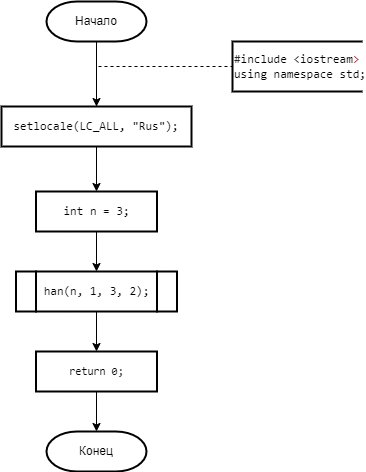
Above: 2 Семестр/Labs/3 Лаба(Ханойские башни)/Ханойские башни.png in IlyaFedoseev227/LABS-PNRPU-IVT-22-1b (draw.io), before the change. Source tidied: cells renumbered, new cells last; positions are measured from the earlier drawing's top-left corner, leaving out a move shared by most shapes.
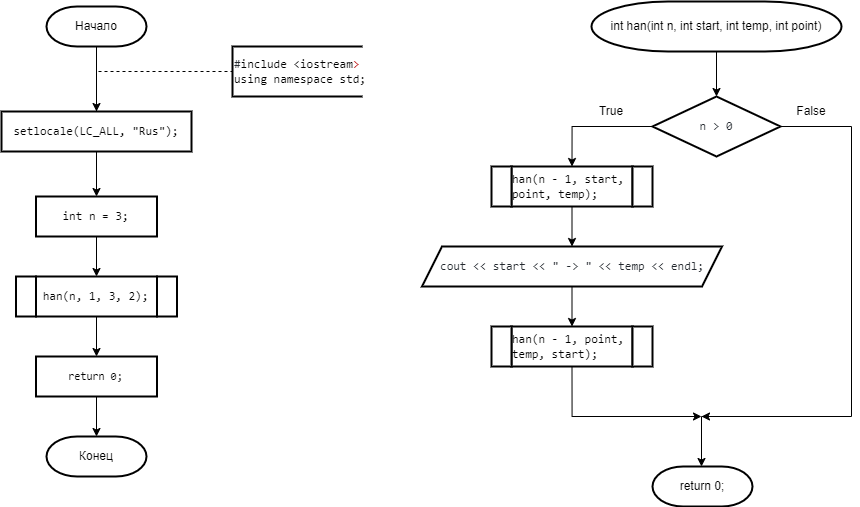
The same file after the commit.

The edit, as a diff of the source:
```diff
@@ -47,5 +47,79 @@
     <mxCell id="16" value="Конец" style="strokeWidth=2;html=1;shape=mxgraph.flowchart.terminator;whiteSpace=wrap;" parent="1" vertex="1">
       <mxGeometry x="45" y="430" width="100" height="40" as="geometry" />
     </mxCell>
+    <mxCell id="17" style="edgeStyle=orthogonalEdgeStyle;rounded=0;jettySize=auto;html=1;exitX=0.5;exitY=1;exitDx=0;exitDy=0;exitPerimeter=0;entryX=0.5;entryY=0;entryDx=0;entryDy=0;fontSize=11;" parent="1" edge="1" source="18" target="22">
+      <mxGeometry relative="1" as="geometry" />
+    </mxCell>
+    <mxCell id="18" value="int han(int n, int start, int temp, int point)" style="strokeWidth=2;html=1;shape=mxgraph.flowchart.terminator;whiteSpace=wrap;" parent="1" vertex="1">
+      <mxGeometry x="590" y="-5" width="250" height="50" as="geometry" />
+    </mxCell>
+    <mxCell id="19" style="edgeStyle=orthogonalEdgeStyle;rounded=0;jettySize=auto;html=1;exitX=0;exitY=0.5;exitDx=0;exitDy=0;entryX=0.5;entryY=0;entryDx=0;entryDy=0;fontSize=11;" parent="1" edge="1" source="22" target="26">
+      <mxGeometry relative="1" as="geometry" />
+    </mxCell>
+    <mxCell id="20" style="edgeStyle=orthogonalEdgeStyle;rounded=0;jettySize=auto;html=1;exitX=1;exitY=0.5;exitDx=0;exitDy=0;fontSize=11;" parent="1" edge="1" source="22">
+      <mxGeometry relative="1" as="geometry">
+        <mxPoint x="700" y="410" as="targetPoint" />
+        <Array as="points">
+          <mxPoint x="850" y="120" />
+          <mxPoint x="850" y="410" />
+        </Array>
+      </mxGeometry>
+    </mxCell>
+    <mxCell id="21" style="edgeStyle=orthogonalEdgeStyle;rounded=0;jettySize=auto;html=1;entryX=0.5;entryY=0;entryDx=0;entryDy=0;entryPerimeter=0;fontSize=11;" parent="1" edge="1" target="35">
+      <mxGeometry relative="1" as="geometry">
+        <mxPoint x="710" y="410" as="sourcePoint" />
+        <Array as="points">
+          <mxPoint x="700" y="410" />
+          <mxPoint x="700" y="460" />
+        </Array>
+      </mxGeometry>
+    </mxCell>
+    <mxCell id="22" value="&lt;div style=&quot;text-align: start;&quot;&gt;&lt;font face=&quot;ui-monospace, SFMono-Regular, SF Mono, Menlo, Consolas, Liberation Mono, monospace&quot; color=&quot;#24292f&quot;&gt;n &amp;gt; 0&lt;/font&gt;&lt;br&gt;&lt;/div&gt;" style="rhombus;whiteSpace=wrap;html=1;strokeWidth=2;" parent="1" vertex="1">
+      <mxGeometry x="651" y="90" width="128" height="60" as="geometry" />
+    </mxCell>
+    <mxCell id="23" value="True" style="text;html=1;strokeColor=none;fillColor=none;align=center;verticalAlign=middle;whiteSpace=wrap;rounded=0;strokeWidth=2;" parent="1" vertex="1">
+      <mxGeometry x="580" y="90" width="60" height="30" as="geometry" />
+    </mxCell>
+    <mxCell id="24" value="False" style="text;html=1;strokeColor=none;fillColor=none;align=center;verticalAlign=middle;whiteSpace=wrap;rounded=0;strokeWidth=2;" parent="1" vertex="1">
+      <mxGeometry x="780" y="90" width="60" height="30" as="geometry" />
+    </mxCell>
+    <mxCell id="25" style="edgeStyle=orthogonalEdgeStyle;rounded=0;jettySize=auto;html=1;exitX=0.5;exitY=1;exitDx=0;exitDy=0;entryX=0.5;entryY=0;entryDx=0;entryDy=0;fontSize=11;" parent="1" edge="1" source="26" target="30">
+      <mxGeometry relative="1" as="geometry" />
+    </mxCell>
+    <mxCell id="26" value="&lt;div style=&quot;text-align: start;&quot;&gt;&lt;font face=&quot;ui-monospace, SFMono-Regular, SF Mono, Menlo, Consolas, Liberation Mono, monospace&quot;&gt;han(n - 1, start, point, temp);&lt;/font&gt;&lt;br&gt;&lt;/div&gt;" style="shape=parallelogram;perimeter=parallelogramPerimeter;whiteSpace=wrap;html=1;fixedSize=1;strokeWidth=2;size=-6;" parent="1" vertex="1">
+      <mxGeometry x="510" y="160" width="121" height="40" as="geometry" />
+    </mxCell>
+    <mxCell id="27" value="&lt;div style=&quot;text-align: start;&quot;&gt;&lt;br&gt;&lt;/div&gt;" style="shape=parallelogram;perimeter=parallelogramPerimeter;whiteSpace=wrap;html=1;fixedSize=1;strokeWidth=2;size=-6;" parent="1" vertex="1">
+      <mxGeometry x="631" y="160" width="20" height="40" as="geometry" />
+    </mxCell>
+    <mxCell id="28" value="&lt;div style=&quot;text-align: start;&quot;&gt;&lt;br&gt;&lt;/div&gt;" style="shape=parallelogram;perimeter=parallelogramPerimeter;whiteSpace=wrap;html=1;fixedSize=1;strokeWidth=2;size=-6;" parent="1" vertex="1">
+      <mxGeometry x="490" y="160" width="20" height="40" as="geometry" />
+    </mxCell>
+    <mxCell id="29" style="edgeStyle=orthogonalEdgeStyle;rounded=0;jettySize=auto;html=1;exitX=0.5;exitY=1;exitDx=0;exitDy=0;entryX=0.5;entryY=0;entryDx=0;entryDy=0;fontSize=11;" parent="1" edge="1" source="30" target="32">
+      <mxGeometry relative="1" as="geometry" />
+    </mxCell>
+    <mxCell id="30" value="&lt;div style=&quot;text-align: start;&quot;&gt;&lt;font face=&quot;ui-monospace, SFMono-Regular, SF Mono, Menlo, Consolas, Liberation Mono, monospace&quot; color=&quot;#24292f&quot;&gt;cout &amp;lt;&amp;lt; start &amp;lt;&amp;lt; &quot; -&amp;gt; &quot; &amp;lt;&amp;lt; temp &amp;lt;&amp;lt; endl;&lt;/font&gt;&lt;br&gt;&lt;/div&gt;" style="shape=parallelogram;perimeter=parallelogramPerimeter;whiteSpace=wrap;html=1;fixedSize=1;strokeWidth=2;size=20;" parent="1" vertex="1">
+      <mxGeometry x="420.5" y="240" width="300" height="40" as="geometry" />
+    </mxCell>
+    <mxCell id="31" style="edgeStyle=orthogonalEdgeStyle;rounded=0;jettySize=auto;html=1;exitX=0.5;exitY=1;exitDx=0;exitDy=0;fontSize=11;" parent="1" edge="1" source="32">
+      <mxGeometry relative="1" as="geometry">
+        <mxPoint x="700" y="410" as="targetPoint" />
+        <Array as="points">
+          <mxPoint x="571" y="410" />
+        </Array>
+      </mxGeometry>
+    </mxCell>
+    <mxCell id="32" value="&lt;div style=&quot;text-align: start;&quot;&gt;&lt;font face=&quot;ui-monospace, SFMono-Regular, SF Mono, Menlo, Consolas, Liberation Mono, monospace&quot;&gt;han(n - 1, point, temp, start);&lt;/font&gt;&lt;br&gt;&lt;/div&gt;" style="shape=parallelogram;perimeter=parallelogramPerimeter;whiteSpace=wrap;html=1;fixedSize=1;strokeWidth=2;size=-6;" parent="1" vertex="1">
+      <mxGeometry x="510" y="320" width="121" height="40" as="geometry" />
+    </mxCell>
+    <mxCell id="33" value="&lt;div style=&quot;text-align: start;&quot;&gt;&lt;br&gt;&lt;/div&gt;" style="shape=parallelogram;perimeter=parallelogramPerimeter;whiteSpace=wrap;html=1;fixedSize=1;strokeWidth=2;size=-6;" parent="1" vertex="1">
+      <mxGeometry x="631" y="320" width="20" height="40" as="geometry" />
+    </mxCell>
+    <mxCell id="34" value="&lt;div style=&quot;text-align: start;&quot;&gt;&lt;br&gt;&lt;/div&gt;" style="shape=parallelogram;perimeter=parallelogramPerimeter;whiteSpace=wrap;html=1;fixedSize=1;strokeWidth=2;size=-6;" parent="1" vertex="1">
+      <mxGeometry x="490" y="320" width="20" height="40" as="geometry" />
+    </mxCell>
+    <mxCell id="35" value="return 0;" style="strokeWidth=2;html=1;shape=mxgraph.flowchart.terminator;whiteSpace=wrap;" parent="1" vertex="1">
+      <mxGeometry x="651" y="460" width="100" height="40" as="geometry" />
+    </mxCell>
   </root>
 </mxGraphModel>
```
